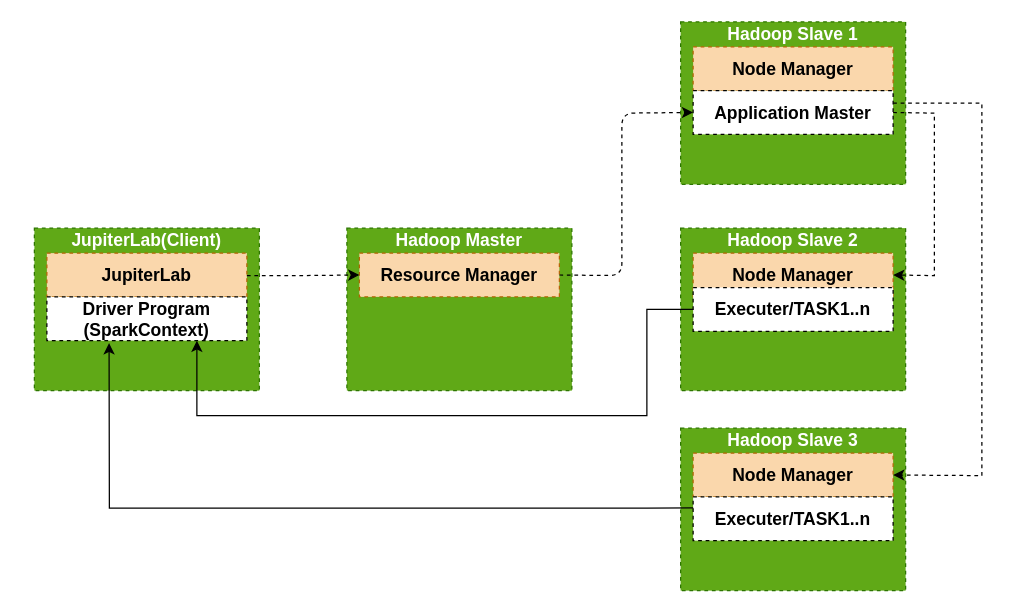
Earlier version of the draw.io diagram Yarn.drawio (deguotaoma/Aufgaben). Source tidied: cells renumbered, new cells numbered last; positions are measured from the earlier drawing's top-left corner, leaving out a move shared by most shapes. Both pictures are drawn from the tidied source at 125%, with x=0, y=0 at pixel (21, 21).
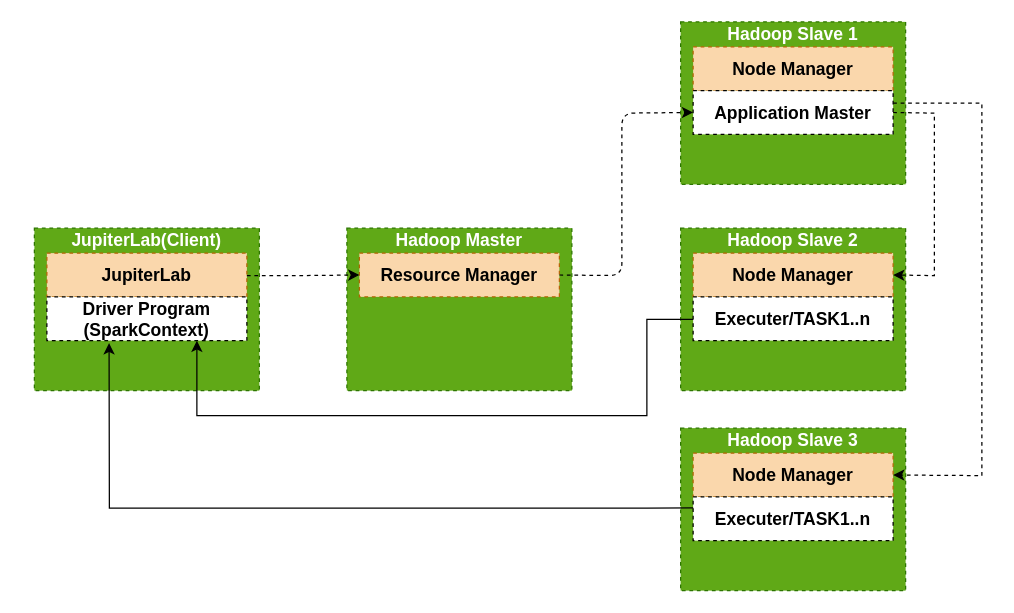
The same page after the edit.

The change refers to these unchanged cells:
```xml
<mxCell id="11" value="&lt;font color=&quot;#000000&quot; style=&quot;font-size: 14px&quot;&gt;&lt;b&gt;Driver Program (SparkContext)&lt;/b&gt;&lt;/font&gt;" style="rounded=0;whiteSpace=wrap;html=1;dashed=1;fontColor=#FFFFFF;" parent="6" vertex="1">
  <mxGeometry x="20" y="55" width="160" height="35" as="geometry" />
</mxCell>
<mxCell id="17" style="group;" parent="1" vertex="1">
  <mxGeometry x="527" y="165" width="180" height="130" as="geometry" />
</mxCell>
```

The edit, as a diff of the source:
```diff
@@
     <mxCell id="21" value="&lt;font color=&quot;#000000&quot; style=&quot;font-size: 14px&quot;&gt;&lt;b&gt;Executer/TASK1..n&lt;/b&gt;&lt;/font&gt;" style="rounded=0;whiteSpace=wrap;html=1;dashed=1;fontColor=#FFFFFF;" parent="17" vertex="1">
-      <mxGeometry x="10" y="47.5" width="160" height="35" as="geometry" />
+      <mxGeometry x="10" y="55" width="160" height="35" as="geometry" />
     </mxCell>
@@
-    <mxCell id="31" style="endArrow=classic;html=1;fontColor=#FFFFFF;exitX=0;exitY=0.5;exitDx=0;exitDy=0;entryX=0.75;entryY=1;entryDx=0;entryDy=0;rounded=0;" parent="1" edge="1" source="21" target="11">
+    <mxCell id="31" style="endArrow=classic;html=1;fontColor=#FFFFFF;entryX=0.75;entryY=1;entryDx=0;entryDy=0;rounded=0;" parent="1" edge="1" target="11">
       <mxGeometry relative="1" as="geometry">
+        <mxPoint x="537" y="238" as="sourcePoint" />
         <Array as="points">
-          <mxPoint x="500" y="230" />
+          <mxPoint x="500" y="238" />
           <mxPoint x="500" y="315" />
           <mxPoint x="140" y="315" />
         </Array>
       </mxGeometry>
     </mxCell>
```
